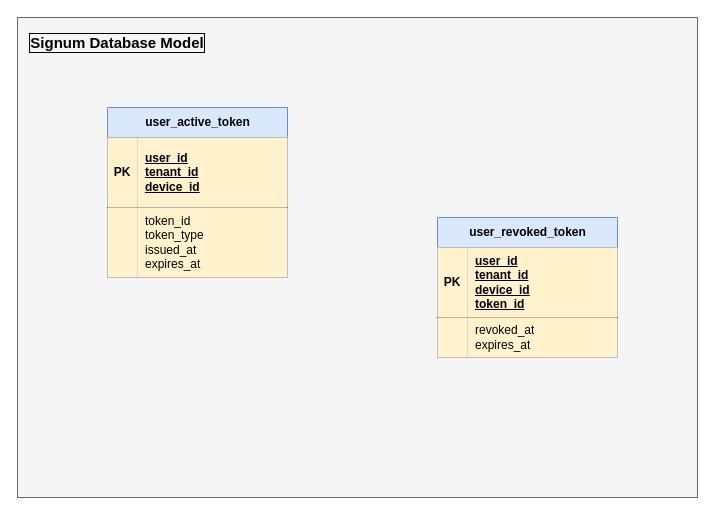
This is diagrams/er/draw.io/signum-database-model.v1.dio from Phylax-IAM/Signum.Token-Service.Design, a draw.io file, before an edit. Source tidied: cells renumbered, new cells numbered last; positions are measured from the earlier drawing's top-left corner, leaving out a move shared by most shapes. Both pictures are drawn from the tidied source at 100%, with x=0, y=0 at pixel (17, 17).
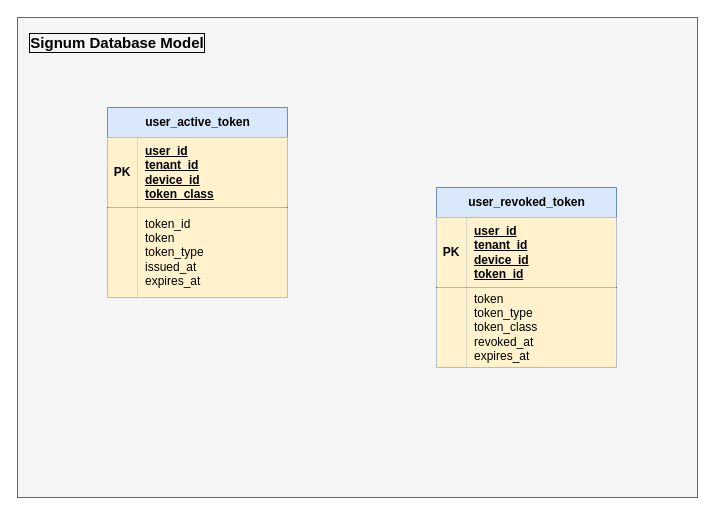
The same diagram, later.

Commit message (it also covers changes not shown here):
fix: fixed the user active and user revoked token

Change to the diagram source:
```diff
@@
 <mxGraphModel>
   <root>
     <mxCell id="0" />
     <mxCell id="1" parent="0" />
     <mxCell id="2" style="rounded=0;whiteSpace=wrap;html=1;fillColor=#f5f5f5;strokeColor=#666666;fontColor=#333333;" parent="1" vertex="1">
       <mxGeometry width="680" height="480" as="geometry" />
     </mxCell>
     <mxCell id="3" value="&lt;b&gt;&lt;font style=&quot;font-size: 15px;&quot;&gt;Signum Database Model&lt;/font&gt;&lt;/b&gt;" style="text;html=1;align=center;verticalAlign=middle;whiteSpace=wrap;rounded=0;labelBorderColor=default;" parent="1" vertex="1">
       <mxGeometry x="10" y="10" width="180" height="30" as="geometry" />
     </mxCell>
     <mxCell id="4" value="user_active_token" style="shape=table;startSize=30;childLayout=tableLayout;rowLines=0;fontStyle=1;align=center;html=1;fillColor=#dae8fc;strokeColor=#6c8ebf;" parent="1" vertex="1">
-      <mxGeometry x="90" y="90" width="180" height="170" as="geometry" />
+      <mxGeometry x="90" y="90" width="180" height="190" as="geometry" />
     </mxCell>
     <mxCell id="5" style="shape=tableRow;horizontal=0;startSize=0;swimlaneHead=0;swimlaneBody=0;fillColor=none;top=0;left=0;right=0;bottom=1;" parent="4" vertex="1">
       <mxGeometry y="30" width="180" height="70" as="geometry" />
     </mxCell>
     <mxCell id="6" value="PK" style="shape=partialRectangle;fillColor=#fff2cc;top=0;left=0;bottom=0;right=0;fontStyle=1;overflow=hidden;whiteSpace=wrap;html=1;strokeColor=#d6b656;perimeterSpacing=2;strokeWidth=2;labelBorderColor=none;textShadow=0;" parent="5" vertex="1">
       <mxGeometry width="30" height="70" as="geometry" />
     </mxCell>
-    <mxCell id="7" value="&lt;div&gt;user_i&lt;span style=&quot;background-color: transparent;&quot;&gt;d&lt;/span&gt;&lt;/div&gt;&lt;div&gt;tenant_id&lt;/div&gt;&lt;div&gt;device_id&lt;/div&gt;" style="shape=partialRectangle;fillColor=#fff2cc;top=0;left=0;bottom=0;right=0;align=left;spacingLeft=6;fontStyle=5;overflow=hidden;whiteSpace=wrap;html=1;strokeColor=#d6b656;perimeterSpacing=2;strokeWidth=2;" parent="5" vertex="1">
+    <mxCell id="7" value="&lt;div&gt;user_i&lt;span style=&quot;background-color: transparent;&quot;&gt;d&lt;/span&gt;&lt;/div&gt;&lt;div&gt;tenant_id&lt;/div&gt;&lt;div&gt;device_id&lt;/div&gt;&lt;div&gt;token_class&lt;/div&gt;" style="shape=partialRectangle;fillColor=#fff2cc;top=0;left=0;bottom=0;right=0;align=left;spacingLeft=6;fontStyle=5;overflow=hidden;whiteSpace=wrap;html=1;strokeColor=#d6b656;perimeterSpacing=2;strokeWidth=2;" parent="5" vertex="1">
       <mxGeometry x="30" width="150" height="70" as="geometry" />
     </mxCell>
     <mxCell id="8" style="shape=tableRow;horizontal=0;startSize=0;swimlaneHead=0;swimlaneBody=0;fillColor=none;top=0;left=0;right=0;bottom=0;" parent="4" vertex="1">
-      <mxGeometry y="100" width="180" height="70" as="geometry" />
+      <mxGeometry y="100" width="180" height="90" as="geometry" />
     </mxCell>
     <mxCell id="9" style="shape=partialRectangle;fillColor=#fff2cc;top=0;left=0;bottom=0;right=0;overflow=hidden;whiteSpace=wrap;html=1;strokeColor=#d6b656;perimeterSpacing=2;strokeWidth=2;labelBorderColor=none;textShadow=0;" parent="8" vertex="1">
-      <mxGeometry width="30" height="70" as="geometry" />
+      <mxGeometry width="30" height="90" as="geometry" />
     </mxCell>
-    <mxCell id="10" value="token_id&lt;div&gt;token_type&lt;/div&gt;&lt;div&gt;issued_at&lt;/div&gt;&lt;div&gt;expires_at&lt;/div&gt;" style="shape=partialRectangle;fillColor=#fff2cc;top=0;left=0;bottom=0;right=0;align=left;spacingLeft=6;overflow=hidden;whiteSpace=wrap;html=1;strokeColor=#d6b656;perimeterSpacing=2;strokeWidth=2;" parent="8" vertex="1">
-      <mxGeometry x="30" width="150" height="70" as="geometry" />
+    <mxCell id="10" value="token_id&lt;div&gt;&lt;font color=&quot;#000000&quot;&gt;token&lt;/font&gt;&lt;/div&gt;&lt;div&gt;&lt;font color=&quot;#000000&quot;&gt;token_type&lt;br&gt;&lt;/font&gt;&lt;div&gt;issued_at&lt;/div&gt;&lt;div&gt;expires_at&lt;/div&gt;&lt;/div&gt;" style="shape=partialRectangle;fillColor=#fff2cc;top=0;left=0;bottom=0;right=0;align=left;spacingLeft=6;overflow=hidden;whiteSpace=wrap;html=1;strokeColor=#d6b656;perimeterSpacing=2;strokeWidth=2;" parent="8" vertex="1">
+      <mxGeometry x="30" width="150" height="90" as="geometry" />
     </mxCell>
     <mxCell id="11" value="user_revoked_token" style="shape=table;startSize=30;childLayout=tableLayout;rowLines=0;fontStyle=1;align=center;html=1;fillColor=#dae8fc;strokeColor=#6c8ebf;" parent="1" vertex="1">
-      <mxGeometry x="420" y="200" width="180" height="140" as="geometry" />
+      <mxGeometry x="419" y="170" width="180" height="180" as="geometry" />
     </mxCell>
     <mxCell id="12" style="shape=tableRow;horizontal=0;startSize=0;swimlaneHead=0;swimlaneBody=0;fillColor=none;top=0;left=0;right=0;bottom=1;" parent="11" vertex="1">
       <mxGeometry y="30" width="180" height="70" as="geometry" />
     </mxCell>
     <mxCell id="13" value="PK" style="shape=partialRectangle;fillColor=#fff2cc;top=0;left=0;bottom=0;right=0;fontStyle=1;overflow=hidden;whiteSpace=wrap;html=1;strokeColor=#d6b656;" parent="12" vertex="1">
       <mxGeometry width="30" height="70" as="geometry" />
     </mxCell>
     <mxCell id="14" value="&lt;div&gt;user_id&lt;/div&gt;&lt;div&gt;tenant_id&lt;/div&gt;&lt;div&gt;device_id&lt;/div&gt;&lt;div&gt;token_id&lt;/div&gt;" style="shape=partialRectangle;fillColor=#fff2cc;top=0;left=0;bottom=0;right=0;align=left;spacingLeft=6;fontStyle=5;overflow=hidden;whiteSpace=wrap;html=1;strokeColor=#d6b656;" parent="12" vertex="1">
       <mxGeometry x="30" width="150" height="70" as="geometry" />
     </mxCell>
     <mxCell id="15" style="shape=tableRow;horizontal=0;startSize=0;swimlaneHead=0;swimlaneBody=0;fillColor=none;top=0;left=0;right=0;bottom=0;" parent="11" vertex="1">
-      <mxGeometry y="100" width="180" height="40" as="geometry" />
+      <mxGeometry y="100" width="180" height="80" as="geometry" />
     </mxCell>
     <mxCell id="16" style="shape=partialRectangle;fillColor=#fff2cc;top=0;left=0;bottom=0;right=0;overflow=hidden;whiteSpace=wrap;html=1;strokeColor=#d6b656;" parent="15" vertex="1">
-      <mxGeometry width="30" height="40" as="geometry" />
+      <mxGeometry width="30" height="80" as="geometry" />
     </mxCell>
-    <mxCell id="17" value="&lt;div&gt;&lt;span style=&quot;background-color: transparent;&quot;&gt;revoked_at&lt;/span&gt;&lt;/div&gt;&lt;div&gt;&lt;span style=&quot;background-color: transparent;&quot;&gt;expires_a&lt;/span&gt;&lt;span style=&quot;background-color: transparent;&quot;&gt;t&lt;/span&gt;&lt;/div&gt;" style="shape=partialRectangle;fillColor=#fff2cc;top=0;left=0;bottom=0;right=0;align=left;spacingLeft=6;overflow=hidden;whiteSpace=wrap;html=1;strokeColor=#d6b656;" parent="15" vertex="1">
-      <mxGeometry x="30" width="150" height="40" as="geometry" />
+    <mxCell id="17" value="&lt;div&gt;&lt;span style=&quot;background-color: transparent;&quot;&gt;token&lt;/span&gt;&lt;/div&gt;&lt;div&gt;&lt;span style=&quot;background-color: transparent;&quot;&gt;token_type&lt;/span&gt;&lt;/div&gt;&lt;div&gt;&lt;span style=&quot;background-color: transparent;&quot;&gt;token_class&lt;/span&gt;&lt;/div&gt;&lt;div&gt;&lt;span style=&quot;background-color: transparent;&quot;&gt;revoked_at&lt;/span&gt;&lt;/div&gt;&lt;div&gt;&lt;span style=&quot;background-color: transparent;&quot;&gt;expires_a&lt;/span&gt;&lt;span style=&quot;background-color: transparent;&quot;&gt;t&lt;/span&gt;&lt;/div&gt;" style="shape=partialRectangle;fillColor=#fff2cc;top=0;left=0;bottom=0;right=0;align=left;spacingLeft=6;overflow=hidden;whiteSpace=wrap;html=1;strokeColor=#d6b656;" parent="15" vertex="1">
+      <mxGeometry x="30" width="150" height="80" as="geometry" />
     </mxCell>
   </root>
 </mxGraphModel>
```
